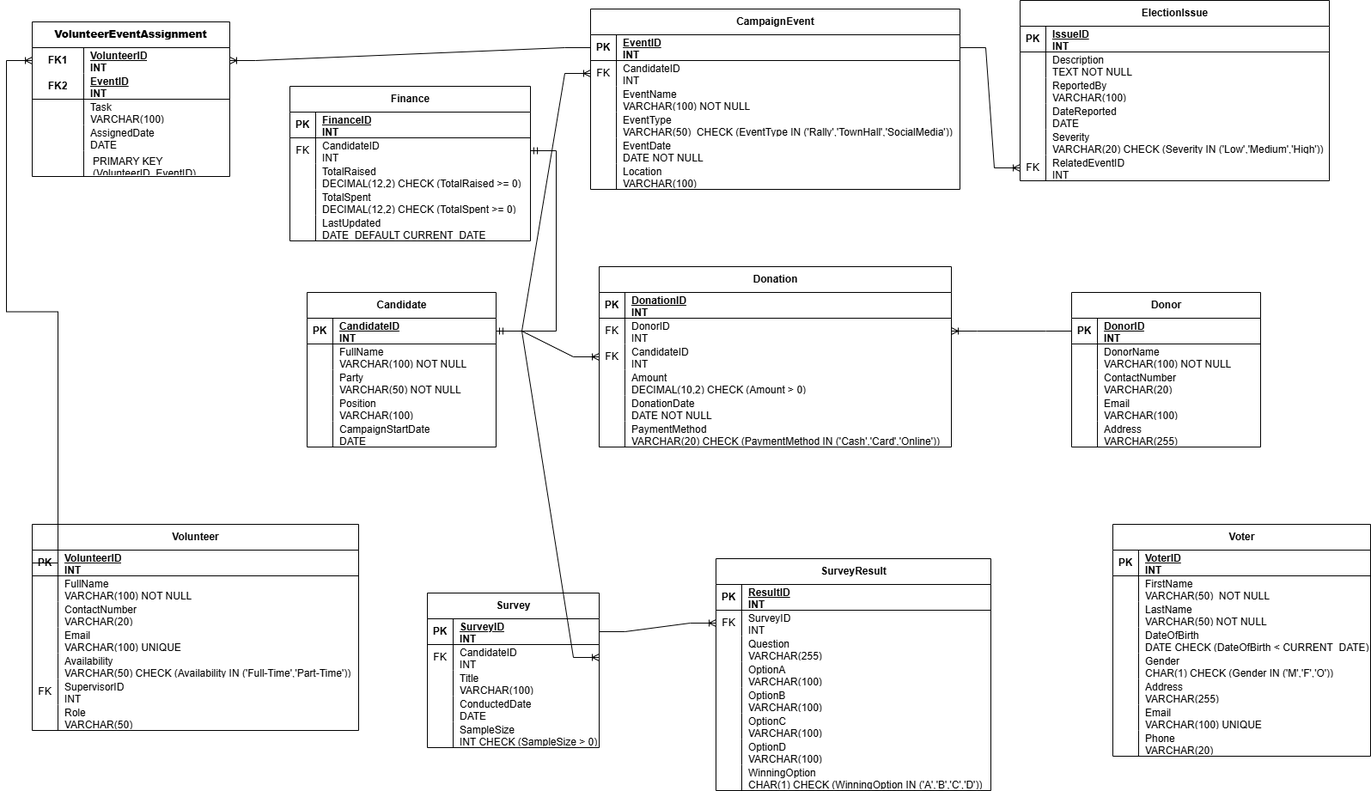
guliiim/Gulem_Toktamys_AU25 keeps this draw.io diagram as DB_Gulem_Toktamys_HW_Political Campaign_diagram.drawio.png. Above is the earlier version. Source tidied: cells renumbered, new cells last; positions are measured from the earlier drawing's top-left corner, leaving out a move shared by most shapes.
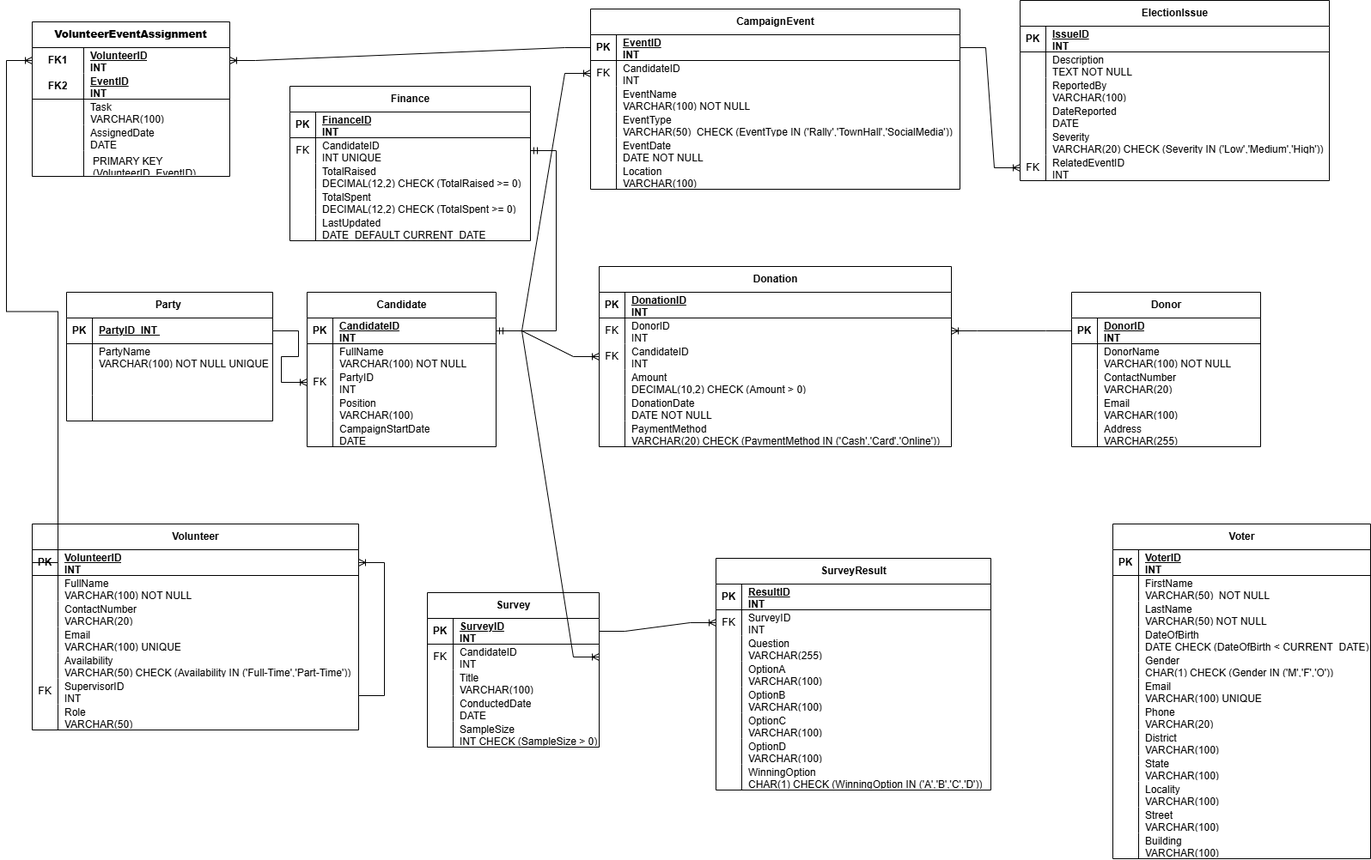
Later version of the same file.

The edit, as a diff of the source:
```diff
@@ -3,7 +3,7 @@
     <mxCell id="0" />
     <mxCell id="1" parent="0" />
     <mxCell id="2" value="Voter" style="shape=table;startSize=30;rowLines=0;fontStyle=1;align=center;html=1;" parent="1" vertex="1">
-      <mxGeometry x="1258" y="610" width="300" height="270" as="geometry" />
+      <mxGeometry x="1258" y="610" width="300" height="390" as="geometry" />
     </mxCell>
     <mxCell id="3" style="shape=tableRow;horizontal=0;startSize=0;swimlaneHead=0;swimlaneBody=0;fillColor=none;top=0;left=0;right=0;bottom=1;" parent="2" vertex="1">
       <mxGeometry y="30" width="300" height="30" as="geometry" />
@@ -56,7 +56,7 @@
     <mxCell id="19" style="shape=partialRectangle;fillColor=none;top=0;left=0;bottom=0;right=0;overflow=hidden;whiteSpace=wrap;html=1;" parent="18" vertex="1">
       <mxGeometry width="30" height="30" as="geometry" />
     </mxCell>
-    <mxCell id="20" value="Address&lt;div&gt;VARCHAR(255)&lt;/div&gt;" style="shape=partialRectangle;fillColor=none;top=0;left=0;bottom=0;right=0;align=left;spacingLeft=6;overflow=hidden;whiteSpace=wrap;html=1;" parent="18" vertex="1">
+    <mxCell id="20" value="Email&lt;div&gt;VARCHAR(100) UNIQUE&lt;/div&gt;" style="shape=partialRectangle;fillColor=none;top=0;left=0;bottom=0;right=0;align=left;spacingLeft=6;overflow=hidden;whiteSpace=wrap;html=1;" parent="18" vertex="1">
       <mxGeometry x="30" width="270" height="30" as="geometry" />
     </mxCell>
     <mxCell id="21" style="shape=tableRow;horizontal=0;startSize=0;swimlaneHead=0;swimlaneBody=0;fillColor=none;top=0;left=0;right=0;bottom=0;" parent="2" vertex="1">
@@ -65,7 +65,7 @@
     <mxCell id="22" style="shape=partialRectangle;fillColor=none;top=0;left=0;bottom=0;right=0;overflow=hidden;whiteSpace=wrap;html=1;" parent="21" vertex="1">
       <mxGeometry width="30" height="30" as="geometry" />
     </mxCell>
-    <mxCell id="23" value="Email&lt;div&gt;VARCHAR(100) UNIQUE&lt;/div&gt;" style="shape=partialRectangle;fillColor=none;top=0;left=0;bottom=0;right=0;align=left;spacingLeft=6;overflow=hidden;whiteSpace=wrap;html=1;" parent="21" vertex="1">
+    <mxCell id="23" value="Phone&lt;div&gt;VARCHAR(20)&lt;/div&gt;" style="shape=partialRectangle;fillColor=none;top=0;left=0;bottom=0;right=0;align=left;spacingLeft=6;overflow=hidden;whiteSpace=wrap;html=1;" parent="21" vertex="1">
       <mxGeometry x="30" width="270" height="30" as="geometry" />
     </mxCell>
     <mxCell id="24" style="shape=tableRow;horizontal=0;startSize=0;swimlaneHead=0;swimlaneBody=0;fillColor=none;top=0;left=0;right=0;bottom=0;" parent="2" vertex="1">
@@ -74,9 +74,45 @@
     <mxCell id="25" style="shape=partialRectangle;fillColor=none;top=0;left=0;bottom=0;right=0;overflow=hidden;whiteSpace=wrap;html=1;" parent="24" vertex="1">
       <mxGeometry width="30" height="30" as="geometry" />
     </mxCell>
-    <mxCell id="26" value="Phone&lt;div&gt;VARCHAR(20)&lt;/div&gt;" style="shape=partialRectangle;fillColor=none;top=0;left=0;bottom=0;right=0;align=left;spacingLeft=6;overflow=hidden;whiteSpace=wrap;html=1;" parent="24" vertex="1">
+    <mxCell id="26" value="District&amp;nbsp;&lt;div&gt;VARCHAR(100)&lt;/div&gt;" style="shape=partialRectangle;fillColor=none;top=0;left=0;bottom=0;right=0;align=left;spacingLeft=6;overflow=hidden;whiteSpace=wrap;html=1;" parent="24" vertex="1">
       <mxGeometry x="30" width="270" height="30" as="geometry" />
     </mxCell>
+    <mxCell id="220" style="shape=tableRow;horizontal=0;startSize=0;swimlaneHead=0;swimlaneBody=0;fillColor=none;top=0;left=0;right=0;bottom=0;" parent="2" vertex="1">
+      <mxGeometry y="270" width="300" height="30" as="geometry" />
+    </mxCell>
+    <mxCell id="221" style="shape=partialRectangle;fillColor=none;top=0;left=0;bottom=0;right=0;overflow=hidden;whiteSpace=wrap;html=1;" parent="220" vertex="1">
+      <mxGeometry width="30" height="30" as="geometry" />
+    </mxCell>
+    <mxCell id="222" value="State&amp;nbsp;&lt;div&gt;VARCHAR(100)&lt;/div&gt;" style="shape=partialRectangle;fillColor=none;top=0;left=0;bottom=0;right=0;align=left;spacingLeft=6;overflow=hidden;whiteSpace=wrap;html=1;" parent="220" vertex="1">
+      <mxGeometry x="30" width="270" height="30" as="geometry" />
+    </mxCell>
+    <mxCell id="223" style="shape=tableRow;horizontal=0;startSize=0;swimlaneHead=0;swimlaneBody=0;fillColor=none;top=0;left=0;right=0;bottom=0;" parent="2" vertex="1">
+      <mxGeometry y="300" width="300" height="30" as="geometry" />
+    </mxCell>
+    <mxCell id="224" style="shape=partialRectangle;fillColor=none;top=0;left=0;bottom=0;right=0;overflow=hidden;whiteSpace=wrap;html=1;" parent="223" vertex="1">
+      <mxGeometry width="30" height="30" as="geometry" />
+    </mxCell>
+    <mxCell id="225" value="Locality&amp;nbsp;&lt;div&gt;VARCHAR(100)&lt;/div&gt;" style="shape=partialRectangle;fillColor=none;top=0;left=0;bottom=0;right=0;align=left;spacingLeft=6;overflow=hidden;whiteSpace=wrap;html=1;" parent="223" vertex="1">
+      <mxGeometry x="30" width="270" height="30" as="geometry" />
+    </mxCell>
+    <mxCell id="226" style="shape=tableRow;horizontal=0;startSize=0;swimlaneHead=0;swimlaneBody=0;fillColor=none;top=0;left=0;right=0;bottom=0;" parent="2" vertex="1">
+      <mxGeometry y="330" width="300" height="30" as="geometry" />
+    </mxCell>
+    <mxCell id="227" style="shape=partialRectangle;fillColor=none;top=0;left=0;bottom=0;right=0;overflow=hidden;whiteSpace=wrap;html=1;" parent="226" vertex="1">
+      <mxGeometry width="30" height="30" as="geometry" />
+    </mxCell>
+    <mxCell id="228" value="Street&amp;nbsp;&lt;div&gt;VARCHAR(100)&lt;/div&gt;" style="shape=partialRectangle;fillColor=none;top=0;left=0;bottom=0;right=0;align=left;spacingLeft=6;overflow=hidden;whiteSpace=wrap;html=1;" parent="226" vertex="1">
+      <mxGeometry x="30" width="270" height="30" as="geometry" />
+    </mxCell>
+    <mxCell id="229" style="shape=tableRow;horizontal=0;startSize=0;swimlaneHead=0;swimlaneBody=0;fillColor=none;top=0;left=0;right=0;bottom=0;" parent="2" vertex="1">
+      <mxGeometry y="360" width="300" height="30" as="geometry" />
+    </mxCell>
+    <mxCell id="230" style="shape=partialRectangle;fillColor=none;top=0;left=0;bottom=0;right=0;overflow=hidden;whiteSpace=wrap;html=1;" parent="229" vertex="1">
+      <mxGeometry width="30" height="30" as="geometry" />
+    </mxCell>
+    <mxCell id="231" value="&lt;div&gt;Building&amp;nbsp;&amp;nbsp;&lt;/div&gt;&lt;div&gt;VARCHAR(100)&lt;/div&gt;" style="shape=partialRectangle;fillColor=none;top=0;left=0;bottom=0;right=0;align=left;spacingLeft=6;overflow=hidden;whiteSpace=wrap;html=1;" parent="229" vertex="1">
+      <mxGeometry x="30" width="270" height="30" as="geometry" />
+    </mxCell>
     <mxCell id="27" value="Candidate" style="shape=table;startSize=30;rowLines=0;fontStyle=1;align=center;html=1;" parent="1" vertex="1">
       <mxGeometry x="320" y="340" width="220" height="180" as="geometry" />
     </mxCell>
@@ -101,10 +137,10 @@
     <mxCell id="34" style="shape=tableRow;horizontal=0;startSize=0;swimlaneHead=0;swimlaneBody=0;fillColor=none;points=[[0,0.5],[1,0.5]];portConstraint=eastwest;top=0;left=0;right=0;bottom=0;" parent="27" vertex="1">
       <mxGeometry y="90" width="220" height="30" as="geometry" />
     </mxCell>
-    <mxCell id="35" style="shape=partialRectangle;fillColor=none;top=0;left=0;bottom=0;right=0;overflow=hidden;whiteSpace=wrap;html=1;" parent="34" vertex="1">
+    <mxCell id="35" value="FK" style="shape=partialRectangle;fillColor=none;top=0;left=0;bottom=0;right=0;overflow=hidden;whiteSpace=wrap;html=1;" parent="34" vertex="1">
       <mxGeometry width="30" height="30" as="geometry" />
     </mxCell>
-    <mxCell id="36" value="Party&lt;div&gt;VARCHAR(50) NOT NULL&lt;/div&gt;" style="shape=partialRectangle;fillColor=none;top=0;left=0;bottom=0;right=0;align=left;spacingLeft=6;overflow=hidden;whiteSpace=wrap;html=1;" parent="34" vertex="1">
+    <mxCell id="36" value="PartyID&amp;nbsp;&amp;nbsp;&lt;div&gt;INT&lt;/div&gt;" style="shape=partialRectangle;fillColor=none;top=0;left=0;bottom=0;right=0;align=left;spacingLeft=6;overflow=hidden;whiteSpace=wrap;html=1;" parent="34" vertex="1">
       <mxGeometry x="30" width="190" height="30" as="geometry" />
     </mxCell>
     <mxCell id="37" style="shape=tableRow;horizontal=0;startSize=0;swimlaneHead=0;swimlaneBody=0;fillColor=none;top=0;left=0;right=0;bottom=0;" parent="27" vertex="1">
@@ -599,7 +635,7 @@
     <mxCell id="200" value="FK" style="shape=partialRectangle;fillColor=none;top=0;left=0;bottom=0;right=0;overflow=hidden;whiteSpace=wrap;html=1;" parent="199" vertex="1">
       <mxGeometry width="30" height="30" as="geometry" />
     </mxCell>
-    <mxCell id="201" value="CandidateID&lt;div&gt;INT&lt;/div&gt;" style="shape=partialRectangle;fillColor=none;top=0;left=0;bottom=0;right=0;align=left;spacingLeft=6;overflow=hidden;whiteSpace=wrap;html=1;" parent="199" vertex="1">
+    <mxCell id="201" value="CandidateID&lt;div&gt;INT UNIQUE&lt;/div&gt;" style="shape=partialRectangle;fillColor=none;top=0;left=0;bottom=0;right=0;align=left;spacingLeft=6;overflow=hidden;whiteSpace=wrap;html=1;" parent="199" vertex="1">
       <mxGeometry x="30" width="250" height="30" as="geometry" />
     </mxCell>
     <mxCell id="202" style="shape=tableRow;horizontal=0;startSize=0;swimlaneHead=0;swimlaneBody=0;fillColor=none;top=0;left=0;right=0;bottom=0;" parent="195" vertex="1">
@@ -674,5 +710,52 @@
     <mxCell id="219" style="edgeStyle=entityRelationEdgeStyle;fontSize=12;html=1;endArrow=ERoneToMany;rounded=0;exitX=0;exitY=0.5;exitDx=0;exitDy=0;entryX=1;entryY=0.5;entryDx=0;entryDy=0;" parent="1" edge="1" source="44" target="85">
       <mxGeometry relative="1" as="geometry" />
     </mxCell>
+    <mxCell id="232" style="edgeStyle=entityRelationEdgeStyle;fontSize=12;html=1;endArrow=ERoneToMany;rounded=0;entryX=1;entryY=0.5;entryDx=0;entryDy=0;" parent="1" edge="1" target="63">
+      <mxGeometry relative="1" as="geometry">
+        <mxPoint x="380" y="810" as="sourcePoint" />
+      </mxGeometry>
+    </mxCell>
+    <mxCell id="233" value="Party&amp;nbsp;" style="shape=table;startSize=30;rowLines=0;fontStyle=1;align=center;html=1;" parent="1" vertex="1">
+      <mxGeometry x="40" y="340" width="240" height="150" as="geometry" />
+    </mxCell>
+    <mxCell id="234" style="shape=tableRow;horizontal=0;startSize=0;swimlaneHead=0;swimlaneBody=0;fillColor=none;points=[[0,0.5],[1,0.5]];portConstraint=eastwest;top=0;left=0;right=0;bottom=1;" parent="233" vertex="1">
+      <mxGeometry y="30" width="240" height="30" as="geometry" />
+    </mxCell>
+    <mxCell id="235" value="PK" style="shape=partialRectangle;fillColor=none;top=0;left=0;bottom=0;right=0;fontStyle=1;overflow=hidden;whiteSpace=wrap;html=1;" parent="234" vertex="1">
+      <mxGeometry width="30" height="30" as="geometry" />
+    </mxCell>
+    <mxCell id="236" value="PartyID&amp;nbsp;&amp;nbsp;INT&amp;nbsp;" style="shape=partialRectangle;fillColor=none;top=0;left=0;bottom=0;right=0;align=left;spacingLeft=6;fontStyle=5;overflow=hidden;whiteSpace=wrap;html=1;" parent="234" vertex="1">
+      <mxGeometry x="30" width="210" height="30" as="geometry" />
+    </mxCell>
+    <mxCell id="237" style="shape=tableRow;horizontal=0;startSize=0;swimlaneHead=0;swimlaneBody=0;fillColor=none;top=0;left=0;right=0;bottom=0;" parent="233" vertex="1">
+      <mxGeometry y="60" width="240" height="30" as="geometry" />
+    </mxCell>
+    <mxCell id="238" style="shape=partialRectangle;fillColor=none;top=0;left=0;bottom=0;right=0;overflow=hidden;whiteSpace=wrap;html=1;" parent="237" vertex="1">
+      <mxGeometry width="30" height="30" as="geometry" />
+    </mxCell>
+    <mxCell id="239" value="PartyName&amp;nbsp;&lt;div&gt;VARCHAR(100) NOT NULL UNIQUE&lt;/div&gt;" style="shape=partialRectangle;fillColor=none;top=0;left=0;bottom=0;right=0;align=left;spacingLeft=6;overflow=hidden;whiteSpace=wrap;html=1;" parent="237" vertex="1">
+      <mxGeometry x="30" width="210" height="30" as="geometry" />
+    </mxCell>
+    <mxCell id="240" style="shape=tableRow;horizontal=0;startSize=0;swimlaneHead=0;swimlaneBody=0;fillColor=none;top=0;left=0;right=0;bottom=0;" parent="233" vertex="1">
+      <mxGeometry y="90" width="240" height="30" as="geometry" />
+    </mxCell>
+    <mxCell id="241" style="shape=partialRectangle;fillColor=none;top=0;left=0;bottom=0;right=0;overflow=hidden;whiteSpace=wrap;html=1;" parent="240" vertex="1">
+      <mxGeometry width="30" height="30" as="geometry" />
+    </mxCell>
+    <mxCell id="242" style="shape=partialRectangle;fillColor=none;top=0;left=0;bottom=0;right=0;align=left;spacingLeft=6;overflow=hidden;whiteSpace=wrap;html=1;" parent="240" vertex="1">
+      <mxGeometry x="30" width="210" height="30" as="geometry" />
+    </mxCell>
+    <mxCell id="243" style="shape=tableRow;horizontal=0;startSize=0;swimlaneHead=0;swimlaneBody=0;fillColor=none;top=0;left=0;right=0;bottom=0;" parent="233" vertex="1">
+      <mxGeometry y="120" width="240" height="30" as="geometry" />
+    </mxCell>
+    <mxCell id="244" style="shape=partialRectangle;fillColor=none;top=0;left=0;bottom=0;right=0;overflow=hidden;whiteSpace=wrap;html=1;" parent="243" vertex="1">
+      <mxGeometry width="30" height="30" as="geometry" />
+    </mxCell>
+    <mxCell id="245" style="shape=partialRectangle;fillColor=none;top=0;left=0;bottom=0;right=0;align=left;spacingLeft=6;overflow=hidden;whiteSpace=wrap;html=1;" parent="243" vertex="1">
+      <mxGeometry x="30" width="210" height="30" as="geometry" />
+    </mxCell>
+    <mxCell id="246" style="edgeStyle=entityRelationEdgeStyle;fontSize=12;html=1;endArrow=ERoneToMany;rounded=0;exitX=1;exitY=0.5;exitDx=0;exitDy=0;" parent="1" edge="1" source="234" target="34">
+      <mxGeometry relative="1" as="geometry" />
+    </mxCell>
   </root>
 </mxGraphModel>
```
